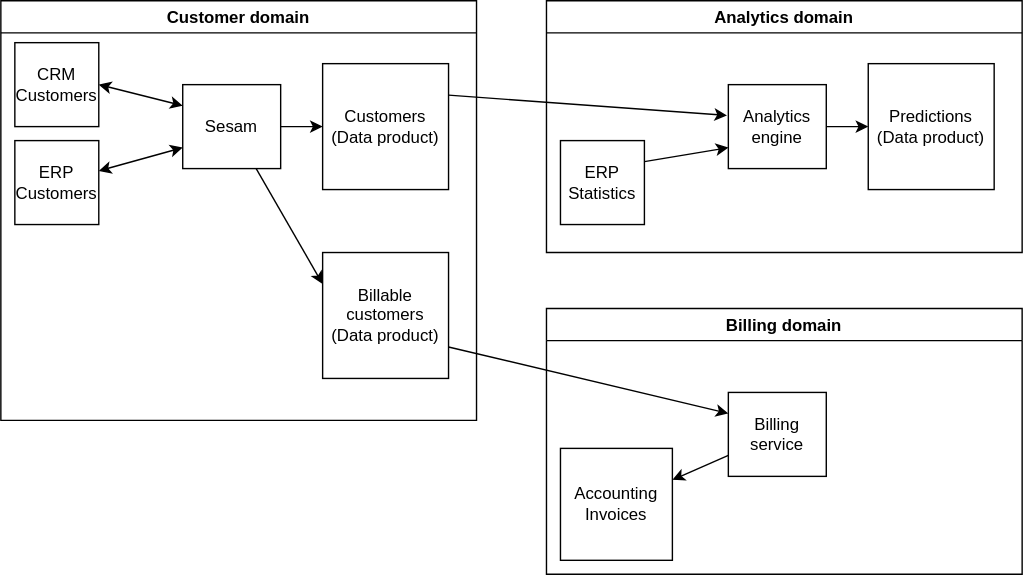
This is images/dataproduct.svg from datanav/docs, a draw.io export, as it was before one commit. Source tidied: cells renumbered, new cells last; positions are measured from the earlier drawing's top-left corner, leaving out a move shared by most shapes.
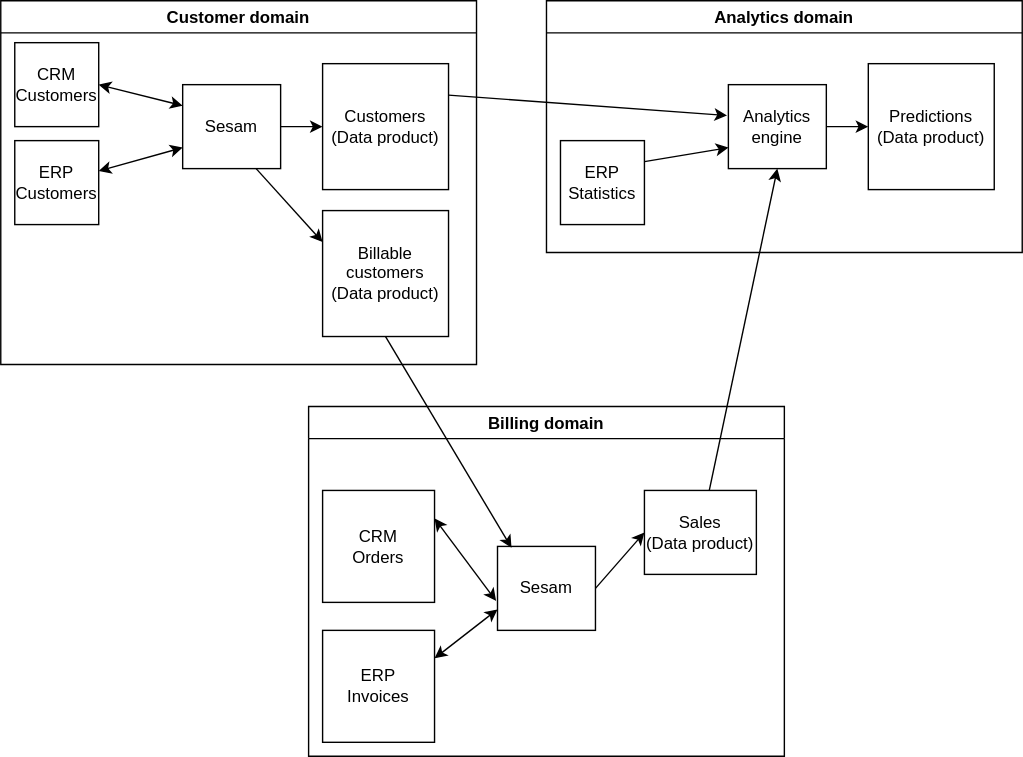
The same file after the commit.

Commit message:
Add billing context

Diff of the diagram source:
```diff
@@ -3,7 +3,7 @@
     <mxCell id="0" />
     <mxCell id="1" parent="0" />
     <mxCell id="2" value="Customer domain" style="swimlane;fillColor=none;" parent="1" vertex="1">
-      <mxGeometry width="340" height="300" as="geometry" />
+      <mxGeometry width="340" height="260" as="geometry" />
     </mxCell>
     <mxCell id="3" value="&lt;div&gt;CRM&lt;/div&gt;&lt;div&gt;Customers&lt;br&gt;&lt;/div&gt;" style="whiteSpace=wrap;html=1;" parent="2" vertex="1">
       <mxGeometry x="10" y="30" width="60" height="60" as="geometry" />
@@ -27,7 +27,7 @@
       <mxGeometry relative="1" as="geometry" />
     </mxCell>
     <mxCell id="10" value="&lt;div&gt;Billable customers&lt;/div&gt;&lt;div&gt;(Data product)&lt;br&gt;&lt;/div&gt;" style="whiteSpace=wrap;html=1;" parent="2" vertex="1">
-      <mxGeometry x="230" y="180" width="90" height="90" as="geometry" />
+      <mxGeometry x="230" y="150" width="90" height="90" as="geometry" />
     </mxCell>
     <mxCell id="11" style="endArrow=classic;html=1;rounded=0;exitX=0.75;exitY=1;exitDx=0;exitDy=0;entryX=0;entryY=0.25;entryDx=0;entryDy=0;" parent="2" edge="1" source="6" target="10">
       <mxGeometry relative="1" as="geometry" />
@@ -54,19 +54,34 @@
       <mxGeometry relative="1" as="geometry" />
     </mxCell>
     <mxCell id="19" value="Billing domain" style="swimlane;fillColor=none;" parent="1" vertex="1">
-      <mxGeometry x="390" y="220" width="340" height="190" as="geometry" />
+      <mxGeometry x="220" y="290" width="340" height="250" as="geometry" />
     </mxCell>
-    <mxCell id="20" value="&lt;div&gt;Accounting&lt;/div&gt;&lt;div&gt;Invoices&lt;br&gt;&lt;/div&gt;" style="whiteSpace=wrap;html=1;" parent="19" vertex="1">
-      <mxGeometry x="10" y="100" width="80" height="80" as="geometry" />
+    <mxCell id="20" value="&lt;div&gt;ERP&lt;/div&gt;&lt;div&gt;Invoices&lt;br&gt;&lt;/div&gt;" style="whiteSpace=wrap;html=1;" parent="19" vertex="1">
+      <mxGeometry x="10" y="160" width="80" height="80" as="geometry" />
     </mxCell>
-    <mxCell id="21" value="Billing service" style="rounded=0;whiteSpace=wrap;html=1;" parent="19" vertex="1">
-      <mxGeometry x="130" y="60" width="70" height="60" as="geometry" />
-    </mxCell>
-    <mxCell id="22" style="endArrow=none;startArrow=classic;html=1;rounded=0;entryX=0;entryY=0.75;entryDx=0;entryDy=0;" parent="19" edge="1" source="20" target="21">
-      <mxGeometry relative="1" as="geometry" />
-    </mxCell>
+    <mxCell id="24" value="&lt;div&gt;CRM&lt;/div&gt;&lt;div&gt;Orders&lt;br&gt;&lt;/div&gt;" style="whiteSpace=wrap;html=1;" parent="19" vertex="1">
+      <mxGeometry x="10" y="60" width="80" height="80" as="geometry" />
+    </mxCell>
+    <mxCell id="25" value="&lt;div&gt;Sesam&lt;/div&gt;" style="rounded=0;whiteSpace=wrap;html=1;" parent="19" vertex="1">
+      <mxGeometry x="135" y="100" width="70" height="60" as="geometry" />
+    </mxCell>
+    <mxCell id="26" style="endArrow=classic;startArrow=classic;html=1;rounded=0;entryX=1;entryY=0.25;entryDx=0;entryDy=0;exitX=-0.014;exitY=0.65;exitDx=0;exitDy=0;exitPerimeter=0;" parent="19" edge="1" source="25" target="24">
+      <mxGeometry relative="1" as="geometry" />
+    </mxCell>
+    <mxCell id="27" style="endArrow=classic;startArrow=classic;html=1;rounded=0;entryX=0;entryY=0.75;entryDx=0;entryDy=0;exitX=1;exitY=0.25;exitDx=0;exitDy=0;" parent="19" edge="1" source="20" target="25">
+      <mxGeometry relative="1" as="geometry" />
+    </mxCell>
+    <mxCell id="28" value="&lt;div&gt;Sales&lt;/div&gt;&lt;div&gt;(Data product)&lt;br&gt;&lt;/div&gt;" style="rounded=0;whiteSpace=wrap;html=1;" parent="19" vertex="1">
+      <mxGeometry x="240" y="60" width="80" height="60" as="geometry" />
+    </mxCell>
+    <mxCell id="29" style="endArrow=classic;html=1;rounded=0;entryX=0;entryY=0.5;entryDx=0;entryDy=0;exitX=1;exitY=0.5;exitDx=0;exitDy=0;" parent="19" edge="1" source="25" target="28">
+      <mxGeometry relative="1" as="geometry" />
+    </mxCell>
-    <mxCell id="23" style="endArrow=classic;html=1;rounded=0;entryX=0;entryY=0.25;entryDx=0;entryDy=0;exitX=1;exitY=0.75;exitDx=0;exitDy=0;" parent="1" edge="1" source="10" target="21">
+    <mxCell id="23" style="endArrow=classic;html=1;rounded=0;entryX=0.143;entryY=0.017;entryDx=0;entryDy=0;exitX=0.5;exitY=1;exitDx=0;exitDy=0;entryPerimeter=0;" parent="1" edge="1" source="10" target="25">
       <mxGeometry relative="1" as="geometry" />
     </mxCell>
+    <mxCell id="30" style="endArrow=classic;html=1;rounded=0;entryX=0.5;entryY=1;entryDx=0;entryDy=0;" parent="1" edge="1" source="28" target="15">
+      <mxGeometry relative="1" as="geometry" />
+    </mxCell>
   </root>
 </mxGraphModel>
```
